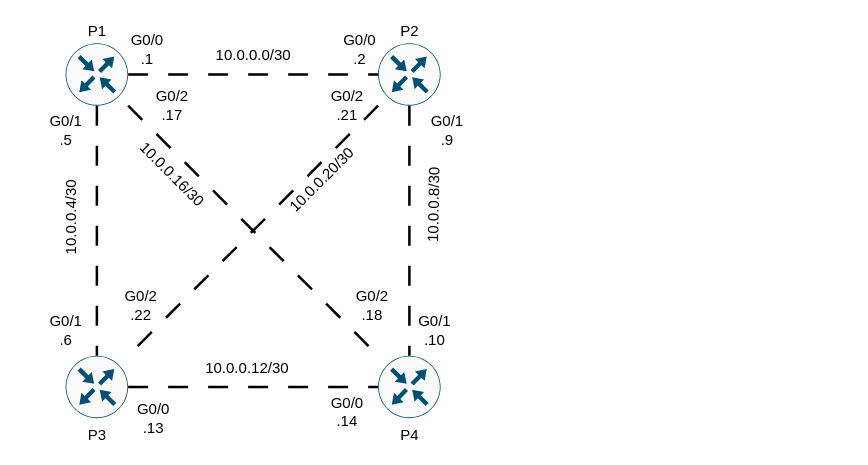
This is draw.io/IPS-MPLS-Lab-Diagram.drawio from roxron/networking-labs, a draw.io file, before an edit. Source tidied: cells renumbered, new cells numbered last; positions are measured from the earlier drawing's top-left corner, leaving out a move shared by most shapes. Both pictures are drawn from the tidied source at 125%, with x=0, y=0 at pixel (9, 24).
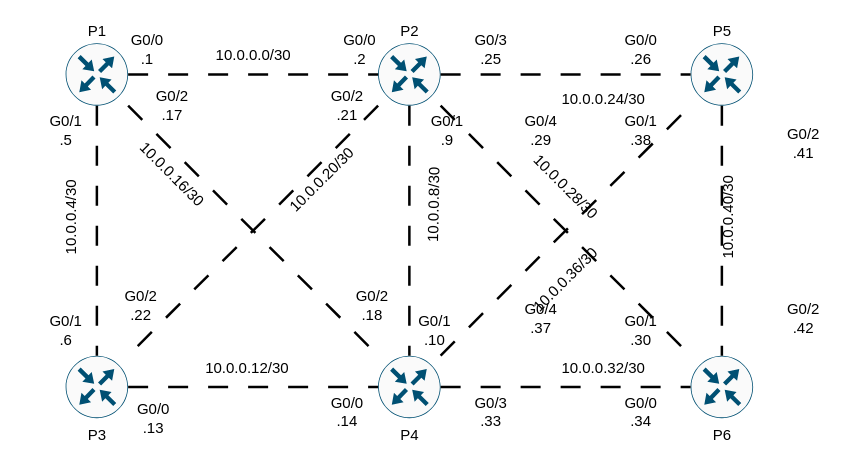
The same page after the edit.

Commit message:
Added nodes P5 and P6 and their respective links

Unchanged cells that the change refers to:
```xml
<mxCell id="3" value="P2" style="sketch=0;points=[[0.5,0,0],[1,0.5,0],[0.5,1,0],[0,0.5,0],[0.145,0.145,0],[0.8555,0.145,0],[0.855,0.8555,0],[0.145,0.855,0]];verticalLabelPosition=top;html=1;verticalAlign=bottom;align=center;shape=mxgraph.cisco19.rect;prIcon=router;fillColor=#FAFAFA;strokeColor=#005073;" parent="1" vertex="1">
  <mxGeometry x="295" y="15" width="50" height="50" as="geometry" />
</mxCell>
<mxCell id="9" value="P4" style="sketch=0;points=[[0.5,0,0],[1,0.5,0],[0.5,1,0],[0,0.5,0],[0.145,0.145,0],[0.8555,0.145,0],[0.855,0.8555,0],[0.145,0.855,0]];verticalLabelPosition=bottom;html=1;verticalAlign=top;align=center;shape=mxgraph.cisco19.rect;prIcon=router;fillColor=#FAFAFA;strokeColor=#005073;" parent="1" vertex="1">
  <mxGeometry x="295" y="265" width="50" height="50" as="geometry" />
</mxCell>
```

Change to the diagram source:
```diff
@@
+    <mxCell id="30" value="P5" style="sketch=0;points=[[0.5,0,0],[1,0.5,0],[0.5,1,0],[0,0.5,0],[0.145,0.145,0],[0.8555,0.145,0],[0.855,0.8555,0],[0.145,0.855,0]];verticalLabelPosition=top;html=1;verticalAlign=bottom;align=center;shape=mxgraph.cisco19.rect;prIcon=router;fillColor=#FAFAFA;strokeColor=#005073;" parent="1" vertex="1">
+      <mxGeometry x="545" y="15" width="50" height="50" as="geometry" />
+    </mxCell>
+    <mxCell id="31" value="P6" style="sketch=0;points=[[0.5,0,0],[1,0.5,0],[0.5,1,0],[0,0.5,0],[0.145,0.145,0],[0.8555,0.145,0],[0.855,0.8555,0],[0.145,0.855,0]];verticalLabelPosition=bottom;html=1;verticalAlign=top;align=center;shape=mxgraph.cisco19.rect;prIcon=router;fillColor=#FAFAFA;strokeColor=#005073;" parent="1" vertex="1">
+      <mxGeometry x="545" y="265" width="50" height="50" as="geometry" />
+    </mxCell>
+    <mxCell id="32" style="edgeStyle=orthogonalEdgeStyle;rounded=0;jettySize=auto;html=1;dashed=1;dashPattern=8 8;endArrow=none;endFill=0;strokeWidth=2;" parent="1" edge="1" source="3" target="30">
+      <mxGeometry relative="1" as="geometry" />
+    </mxCell>
+    <mxCell id="33" value="10.0.0.24/30" style="text;html=1;align=center;verticalAlign=middle;strokeColor=none;fillColor=none;" parent="1" vertex="1">
+      <mxGeometry x="420" y="45" width="110" height="30" as="geometry" />
+    </mxCell>
+    <mxCell id="34" value="G0/3&lt;br&gt;.25" style="text;html=1;align=center;verticalAlign=middle;strokeColor=none;fillColor=none;" parent="1" vertex="1">
+      <mxGeometry x="350" width="70" height="40" as="geometry" />
+    </mxCell>
+    <mxCell id="35" value="G0/0&lt;br&gt;.26" style="text;html=1;align=center;verticalAlign=middle;strokeColor=none;fillColor=none;" parent="1" vertex="1">
+      <mxGeometry x="470" width="70" height="40" as="geometry" />
+    </mxCell>
+    <mxCell id="36" style="edgeStyle=none;rounded=0;html=1;dashed=1;dashPattern=8 8;endArrow=none;endFill=0;strokeWidth=2;" parent="1" edge="1" source="3" target="31">
+      <mxGeometry relative="1" as="geometry" />
+    </mxCell>
+    <mxCell id="37" value="10.0.0.28/30" style="text;html=1;align=center;verticalAlign=middle;strokeColor=none;fillColor=none;rotation=45;" parent="1" vertex="1">
+      <mxGeometry x="390" y="115" width="110" height="30" as="geometry" />
+    </mxCell>
+    <mxCell id="38" value="G0/4&lt;br&gt;.29" style="text;html=1;align=center;verticalAlign=middle;strokeColor=none;fillColor=none;" parent="1" vertex="1">
+      <mxGeometry x="390" y="65" width="70" height="40" as="geometry" />
+    </mxCell>
+    <mxCell id="39" value="G0/1&lt;br&gt;.30" style="text;html=1;align=center;verticalAlign=middle;strokeColor=none;fillColor=none;" parent="1" vertex="1">
+      <mxGeometry x="470" y="225" width="70" height="40" as="geometry" />
+    </mxCell>
+    <mxCell id="40" style="edgeStyle=orthogonalEdgeStyle;rounded=0;jettySize=auto;html=1;dashed=1;dashPattern=8 8;endArrow=none;endFill=0;strokeWidth=2;" parent="1" edge="1" source="9" target="31">
+      <mxGeometry relative="1" as="geometry" />
+    </mxCell>
+    <mxCell id="41" value="10.0.0.32/30" style="text;html=1;align=center;verticalAlign=middle;strokeColor=none;fillColor=none;" parent="1" vertex="1">
+      <mxGeometry x="420" y="260" width="110" height="30" as="geometry" />
+    </mxCell>
+    <mxCell id="42" value="G0/3&lt;br&gt;.33" style="text;html=1;align=center;verticalAlign=middle;strokeColor=none;fillColor=none;" parent="1" vertex="1">
+      <mxGeometry x="350" y="290" width="70" height="40" as="geometry" />
+    </mxCell>
+    <mxCell id="43" value="G0/0&lt;br&gt;.34" style="text;html=1;align=center;verticalAlign=middle;strokeColor=none;fillColor=none;" parent="1" vertex="1">
+      <mxGeometry x="470" y="290" width="70" height="40" as="geometry" />
+    </mxCell>
+    <mxCell id="44" style="edgeStyle=none;rounded=0;html=1;dashed=1;dashPattern=8 8;endArrow=none;endFill=0;strokeWidth=2;" parent="1" edge="1" source="9" target="30">
+      <mxGeometry relative="1" as="geometry" />
+    </mxCell>
+    <mxCell id="45" value="10.0.0.36/30" style="text;html=1;align=center;verticalAlign=middle;strokeColor=none;fillColor=none;rotation=-45;" parent="1" vertex="1">
+      <mxGeometry x="390" y="190" width="110" height="30" as="geometry" />
+    </mxCell>
+    <mxCell id="46" value="G0/4&lt;br&gt;.37" style="text;html=1;align=center;verticalAlign=middle;strokeColor=none;fillColor=none;" parent="1" vertex="1">
+      <mxGeometry x="390" y="215" width="70" height="40" as="geometry" />
+    </mxCell>
+    <mxCell id="47" value="G0/1&lt;br&gt;.38" style="text;html=1;align=center;verticalAlign=middle;strokeColor=none;fillColor=none;" parent="1" vertex="1">
+      <mxGeometry x="470" y="65" width="70" height="40" as="geometry" />
+    </mxCell>
+    <mxCell id="48" style="edgeStyle=orthogonalEdgeStyle;rounded=0;jettySize=auto;html=1;dashed=1;dashPattern=8 8;endArrow=none;endFill=0;strokeWidth=2;" parent="1" edge="1" source="30" target="31">
+      <mxGeometry relative="1" as="geometry" />
+    </mxCell>
+    <mxCell id="49" value="10.0.0.40/30" style="text;html=1;align=center;verticalAlign=middle;strokeColor=none;fillColor=none;rotation=-90;" parent="1" vertex="1">
+      <mxGeometry x="520" y="140" width="110" height="30" as="geometry" />
+    </mxCell>
+    <mxCell id="50" value="G0/2&lt;br&gt;.41" style="text;html=1;align=center;verticalAlign=middle;strokeColor=none;fillColor=none;" parent="1" vertex="1">
+      <mxGeometry x="600" y="75" width="70" height="40" as="geometry" />
+    </mxCell>
+    <mxCell id="51" value="G0/2&lt;br&gt;.42" style="text;html=1;align=center;verticalAlign=middle;strokeColor=none;fillColor=none;" parent="1" vertex="1">
+      <mxGeometry x="600" y="215" width="70" height="40" as="geometry" />
+    </mxCell>
```
